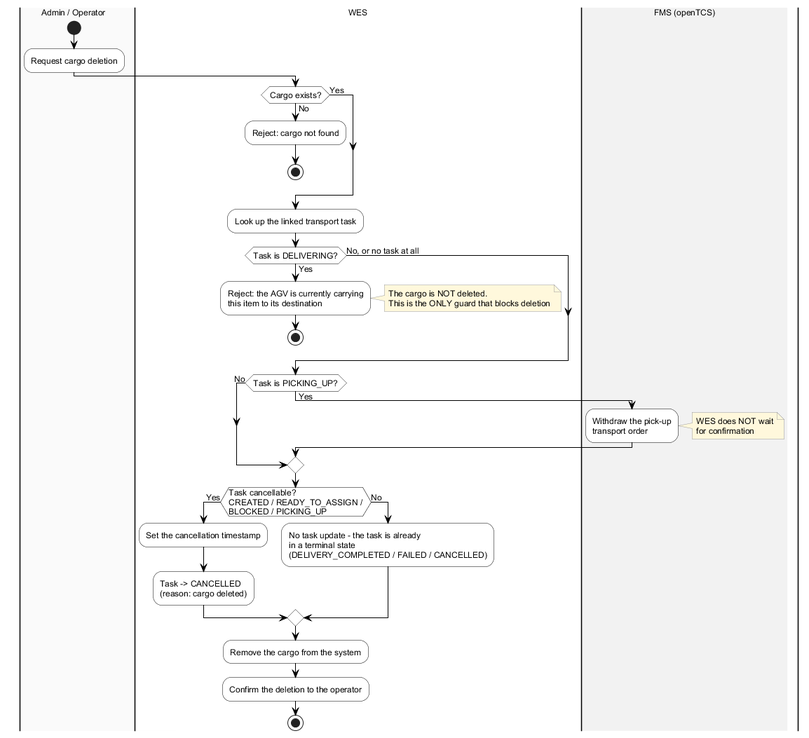
arishem51/wes keeps this PlantUML diagram as report/diagrams/mf-03-cancel-delete.png. Above is the earlier version.
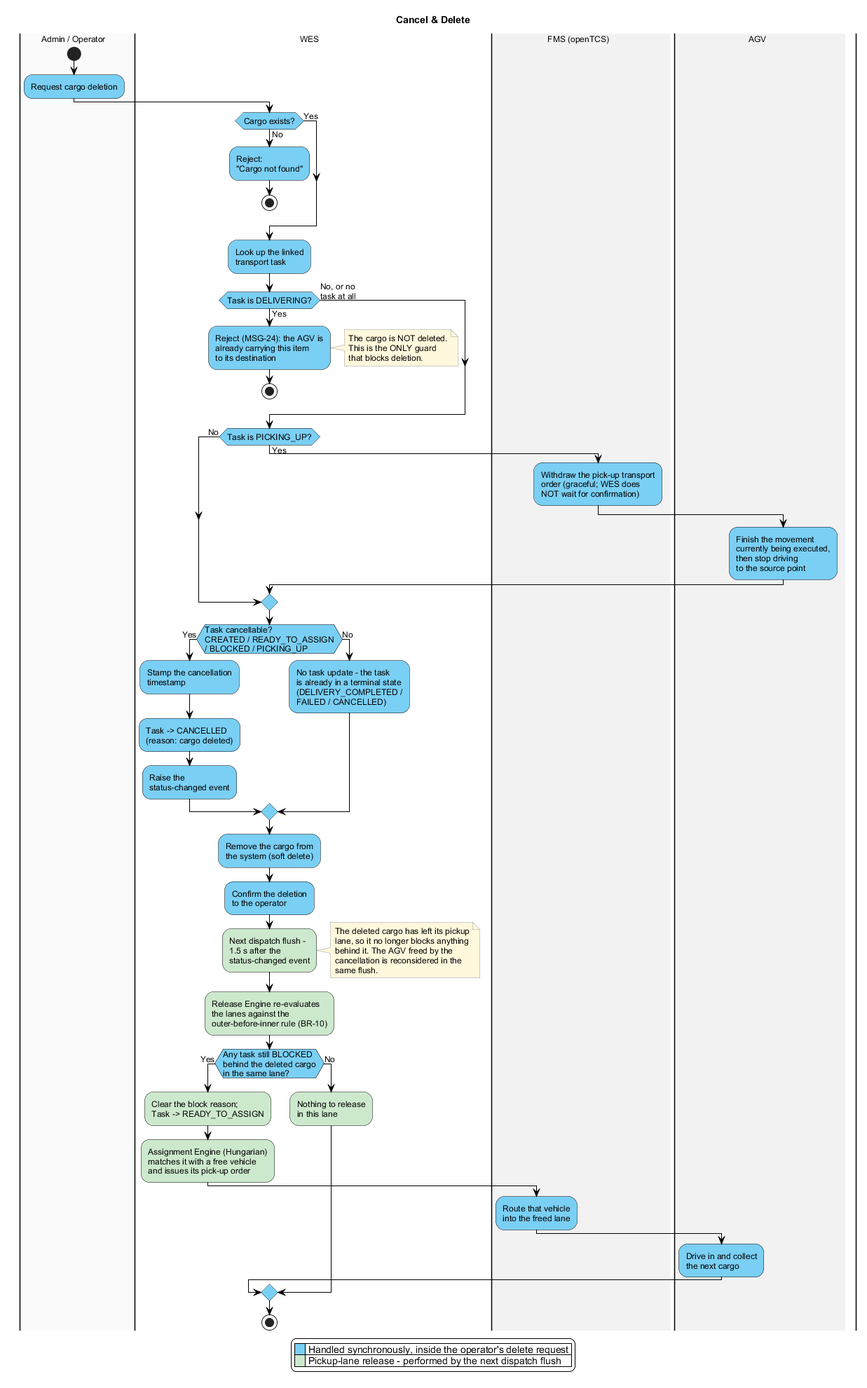
The same diagram one commit later.

What changed in the source:
```diff
@@ -5,47 +5,82 @@
 skinparam swimlaneWidth 260
 skinparam ArrowColor #000000
 skinparam ActivityBorderColor #000000
-skinparam ActivityBackgroundColor #FFFFFF
+skinparam ActivityBackgroundColor #7ACFF4
 skinparam ActivityDiamondBorderColor #000000
-skinparam ActivityDiamondBackgroundColor #FFFFFF
+skinparam ActivityDiamondBackgroundColor #7ACFF4
 skinparam NoteBackgroundColor #FFF8DC
 skinparam NoteBorderColor #999999
 
+title Cancel & Delete
+
 |#FAFAFA|Admin / Operator|
+|#FFFFFF|WES|
+|#F2F2F2|FMS (openTCS)|
+|#F2F2F2|AGV|
+
+|Admin / Operator|
 start
 :Request cargo deletion;
 
-|#FFFFFF|WES|
+|WES|
 if (Cargo exists?) then (No)
-  :Reject: cargo not found;
+  :Reject:\n"Cargo not found";
   stop
 else (Yes)
 endif
-:Look up the linked transport task;
+:Look up the linked\ntransport task;
 if (Task is DELIVERING?) then (Yes)
-  :Reject: the AGV is currently carrying\nthis item to its destination;
-  note right: The cargo is NOT deleted.\nThis is the ONLY guard that blocks deletion
+  :Reject (MSG-24): the AGV is\nalready carrying this item\nto its destination;
+  note right
+    The cargo is NOT deleted.
+    This is the ONLY guard
+    that blocks deletion.
+  end note
   stop
-else (No, or no task at all)
+else (No, or no\ntask at all)
 endif
-
 if (Task is PICKING_UP?) then (Yes)
-  |#F2F2F2|FMS (openTCS)|
-  :Withdraw the pick-up\ntransport order;
-  note right: WES does NOT wait\nfor confirmation
+  |FMS (openTCS)|
+  :Withdraw the pick-up transport\norder (graceful; WES does\nNOT wait for confirmation);
+  |AGV|
+  :Finish the movement\ncurrently being executed,\nthen stop driving\nto the source point;
   |WES|
 else (No)
 endif
-
-if (Task cancellable?\nCREATED / READY_TO_ASSIGN /\nBLOCKED / PICKING_UP) then (Yes)
-  :Set the cancellation timestamp;
+if (Task cancellable?\nCREATED / READY_TO_ASSIGN\n/ BLOCKED / PICKING_UP) then (Yes)
+  :Stamp the cancellation\ntimestamp;
   :Task -> CANCELLED\n(reason: cargo deleted);
+  :Raise the\nstatus-changed event;
 else (No)
-  :No task update - the task is already\nin a terminal state\n(DELIVERY_COMPLETED / FAILED / CANCELLED);
+  :No task update - the task\nis already in a terminal state\n(DELIVERY_COMPLETED /\nFAILED / CANCELLED);
 endif
-
-:Remove the cargo from the system;
-:Confirm the deletion to the operator;
+:Remove the cargo from\nthe system (soft delete);
+:Confirm the deletion\nto the operator;
+#CDE9CD:Next dispatch flush -\n1.5 s after the\nstatus-changed event;
+note right
+  The deleted cargo has left its pickup
+  lane, so it no longer blocks anything
+  behind it. The AGV freed by the
+  cancellation is reconsidered in the
+  same flush.
+end note
+#CDE9CD:Release Engine re-evaluates\nthe lanes against the\nouter-before-inner rule (BR-10);
+if (Any task still BLOCKED\nbehind the deleted cargo\nin the same lane?) then (Yes)
+  #CDE9CD:Clear the block reason;\nTask -> READY_TO_ASSIGN;
+  #CDE9CD:Assignment Engine (Hungarian)\nmatches it with a free vehicle\nand issues its pick-up order;
+  |FMS (openTCS)|
+  :Route that vehicle\ninto the freed lane;
+  |AGV|
+  :Drive in and collect\nthe next cargo;
+  |WES|
+else (No)
+  #CDE9CD:Nothing to release\nin this lane;
+endif
 stop
 
+legend bottom
+|<#7ACFF4>    | Handled synchronously, inside the operator's delete request |
+|<#CDE9CD>    | Pickup-lane release - performed by the next dispatch flush |
+endlegend
+
 @enduml
```
